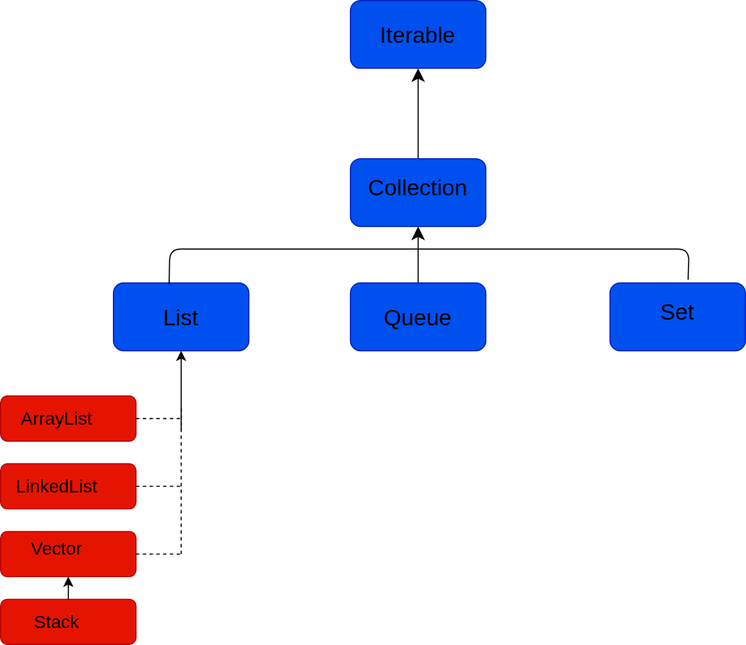
Before: Api-colecciones/Collection.drawio.svg, a diagram exported from draw.io (Nordcode-cyber/Algoritmos-Estructdatos). Source tidied: cells renumbered, new cells last; positions are measured from the earlier drawing's top-left corner, leaving out a move shared by most shapes.
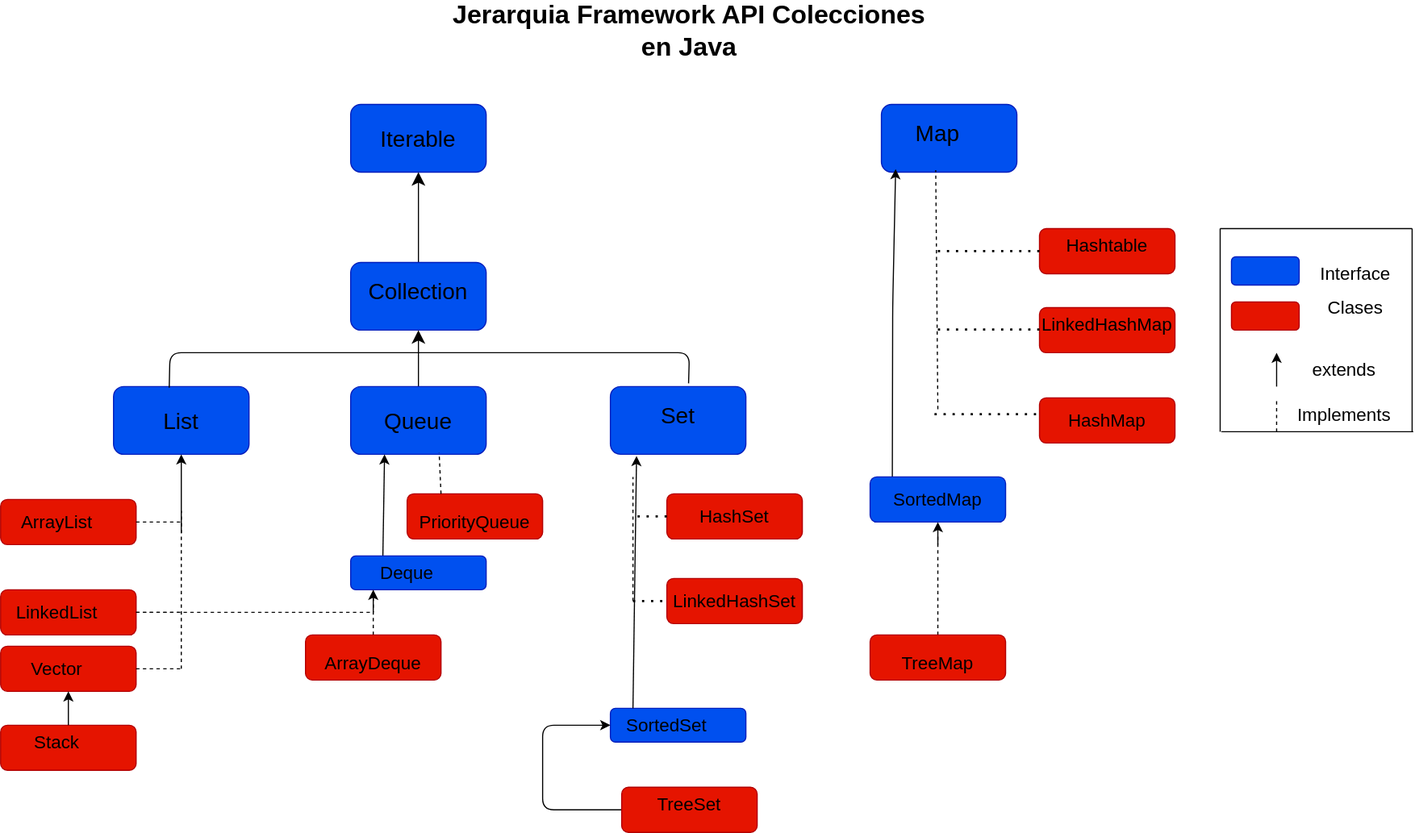
Later version of the same file.

Commit message:
API Collection Framework Java

Change to the diagram source:
```diff
@@ -2,6 +2,9 @@
   <root>
     <mxCell id="0" />
     <mxCell id="1" parent="0" />
+    <mxCell id="29" style="endArrow=none;dashed=1;html=1;entryX=0;entryY=1;entryDx=0;entryDy=0;exitX=0.5;exitY=0;exitDx=0;exitDy=0;" parent="1" edge="1" source="35" target="34">
+      <mxGeometry relative="1" as="geometry" />
+    </mxCell>
     <mxCell id="2" style="rounded=1;whiteSpace=wrap;html=1;fillColor=#0050ef;fontColor=#ffffff;strokeColor=#001DBC;" parent="1" vertex="1">
       <mxGeometry x="310" width="120" height="60" as="geometry" />
     </mxCell>
@@ -47,28 +50,25 @@
       <mxGeometry x="570" y="260" width="60" height="30" as="geometry" />
     </mxCell>
     <mxCell id="15" style="rounded=1;whiteSpace=wrap;html=1;fillColor=light-dark(#E51400,#FF9933);fontColor=#ffffff;strokeColor=light-dark(#B20000,#3399FF);" parent="1" vertex="1">
-      <mxGeometry y="410" width="120" height="40" as="geometry" />
+      <mxGeometry y="430" width="120" height="40" as="geometry" />
     </mxCell>
     <mxCell id="16" style="rounded=1;whiteSpace=wrap;html=1;fillColor=light-dark(#E51400,#FF9933);fontColor=#ffffff;strokeColor=light-dark(#B20000,#3399FF);" parent="1" vertex="1">
-      <mxGeometry y="470" width="120" height="40" as="geometry" />
+      <mxGeometry y="480" width="120" height="40" as="geometry" />
     </mxCell>
     <mxCell id="17" style="rounded=1;whiteSpace=wrap;html=1;fillColor=light-dark(#E51400,#FF9933);fontColor=#ffffff;strokeColor=light-dark(#B20000,#3399FF);" parent="1" vertex="1">
       <mxGeometry y="350" width="120" height="40" as="geometry" />
     </mxCell>
     <mxCell id="18" style="rounded=1;whiteSpace=wrap;html=1;fillColor=light-dark(#E51400,#FF9933);fontColor=#ffffff;strokeColor=light-dark(#B20000,#3399FF);" parent="1" vertex="1">
-      <mxGeometry y="530" width="120" height="40" as="geometry" />
+      <mxGeometry y="550" width="120" height="40" as="geometry" />
     </mxCell>
     <mxCell id="19" value="&lt;font style=&quot;color: light-dark(rgb(0, 0, 0), rgb(51, 51, 51)); font-size: 16px;&quot;&gt;ArrayList&lt;/font&gt;" style="text;html=1;align=center;verticalAlign=middle;whiteSpace=wrap;rounded=0;" parent="1" vertex="1">
       <mxGeometry x="20" y="355" width="60" height="30" as="geometry" />
     </mxCell>
-    <mxCell id="20" value="&lt;font style=&quot;color: light-dark(rgb(0, 0, 0), rgb(26, 26, 26)); font-size: 16px;&quot;&gt;LinkedList&lt;/font&gt;" style="text;html=1;align=center;verticalAlign=middle;whiteSpace=wrap;rounded=0;" parent="1" vertex="1">
-      <mxGeometry x="20" y="415" width="60" height="30" as="geometry" />
-    </mxCell>
     <mxCell id="21" value="&lt;font style=&quot;color: light-dark(rgb(0, 0, 0), rgb(26, 26, 26)); font-size: 16px;&quot;&gt;Vector&lt;/font&gt;" style="text;html=1;align=center;verticalAlign=middle;whiteSpace=wrap;rounded=0;" parent="1" vertex="1">
-      <mxGeometry x="20" y="470" width="60" height="30" as="geometry" />
+      <mxGeometry x="20" y="485" width="60" height="30" as="geometry" />
     </mxCell>
     <mxCell id="22" value="&lt;font style=&quot;color: light-dark(rgb(0, 0, 0), rgb(26, 26, 26)); font-size: 16px;&quot;&gt;Stack&lt;/font&gt;" style="text;html=1;align=center;verticalAlign=middle;whiteSpace=wrap;rounded=0;" parent="1" vertex="1">
-      <mxGeometry x="20" y="535" width="60" height="30" as="geometry" />
+      <mxGeometry x="20" y="550" width="60" height="30" as="geometry" />
     </mxCell>
     <mxCell id="23" style="endArrow=classic;html=1;exitX=0.5;exitY=0;exitDx=0;exitDy=0;entryX=0.5;entryY=1;entryDx=0;entryDy=0;" parent="1" edge="1" source="18" target="16">
       <mxGeometry relative="1" as="geometry" />
@@ -80,17 +80,17 @@
     </mxCell>
     <mxCell id="25" style="endArrow=none;dashed=1;html=1;exitX=1;exitY=0.5;exitDx=0;exitDy=0;" parent="1" edge="1" source="15">
       <mxGeometry relative="1" as="geometry">
-        <mxPoint x="160" y="430" as="targetPoint" />
+        <mxPoint x="160" y="450" as="targetPoint" />
       </mxGeometry>
     </mxCell>
     <mxCell id="26" style="endArrow=none;dashed=1;html=1;exitX=1;exitY=0.5;exitDx=0;exitDy=0;" parent="1" edge="1" source="16">
       <mxGeometry relative="1" as="geometry">
-        <mxPoint x="160" y="490" as="targetPoint" />
+        <mxPoint x="160" y="500" as="targetPoint" />
       </mxGeometry>
     </mxCell>
     <mxCell id="27" style="endArrow=none;dashed=1;html=1;" parent="1" edge="1">
       <mxGeometry relative="1" as="geometry">
-        <mxPoint x="160" y="490" as="sourcePoint" />
+        <mxPoint x="160" y="500" as="sourcePoint" />
         <mxPoint x="160" y="360" as="targetPoint" />
       </mxGeometry>
     </mxCell>
@@ -99,5 +99,229 @@
         <mxPoint x="160" y="370" as="targetPoint" />
       </mxGeometry>
     </mxCell>
+    <mxCell id="30" style="rounded=1;whiteSpace=wrap;html=1;fillColor=light-dark(#E51400,#FF9933);fontColor=#ffffff;strokeColor=light-dark(#B20000,#3399FF);" parent="1" vertex="1">
+      <mxGeometry x="360" y="345" width="120" height="40" as="geometry" />
+    </mxCell>
+    <mxCell id="31" value="&lt;font style=&quot;color: light-dark(rgb(0, 0, 0), rgb(0, 0, 0)); font-size: 16px;&quot;&gt;PriorityQueue&lt;/font&gt;" style="text;html=1;align=center;verticalAlign=middle;whiteSpace=wrap;rounded=0;" parent="1" vertex="1">
+      <mxGeometry x="390" y="355" width="60" height="30" as="geometry" />
+    </mxCell>
+    <mxCell id="32" style="edgeStyle=none;html=1;entryX=0.25;entryY=1;entryDx=0;entryDy=0;exitX=0.142;exitY=-0.008;exitDx=0;exitDy=0;exitPerimeter=0;" parent="1" edge="1" source="34" target="9">
+      <mxGeometry relative="1" as="geometry" />
+    </mxCell>
+    <mxCell id="33" style="rounded=1;whiteSpace=wrap;html=1;fillColor=#0050ef;fontColor=#ffffff;strokeColor=#001DBC;" parent="1" vertex="1">
+      <mxGeometry x="310" y="400" width="120" height="30" as="geometry" />
+    </mxCell>
+    <mxCell id="34" value="&lt;font style=&quot;color: light-dark(rgb(0, 0, 0), rgb(0, 0, 0)); font-size: 16px;&quot;&gt;Deque&lt;/font&gt;" style="text;html=1;align=center;verticalAlign=middle;whiteSpace=wrap;rounded=0;" parent="1" vertex="1">
+      <mxGeometry x="330" y="400" width="60" height="30" as="geometry" />
+    </mxCell>
+    <mxCell id="35" style="rounded=1;whiteSpace=wrap;html=1;fillColor=light-dark(#E51400,#FF9933);fontColor=#ffffff;strokeColor=light-dark(#B20000,#3399FF);" parent="1" vertex="1">
+      <mxGeometry x="270" y="470" width="120" height="40" as="geometry" />
+    </mxCell>
+    <mxCell id="36" value="&lt;font style=&quot;color: light-dark(rgb(0, 0, 0), rgb(0, 0, 0)); font-size: 16px;&quot;&gt;ArrayDeque&lt;/font&gt;" style="text;html=1;align=center;verticalAlign=middle;whiteSpace=wrap;rounded=0;" parent="1" vertex="1">
+      <mxGeometry x="300" y="480" width="60" height="30" as="geometry" />
+    </mxCell>
+    <mxCell id="20" value="&lt;font style=&quot;color: light-dark(rgb(0, 0, 0), rgb(26, 26, 26)); font-size: 16px;&quot;&gt;LinkedList&lt;/font&gt;" style="text;html=1;align=center;verticalAlign=middle;whiteSpace=wrap;rounded=0;" parent="1" vertex="1">
+      <mxGeometry x="20" y="435" width="60" height="30" as="geometry" />
+    </mxCell>
+    <mxCell id="37" style="rounded=1;whiteSpace=wrap;html=1;fillColor=light-dark(#E51400,#FF9933);fontColor=#ffffff;strokeColor=light-dark(#B20000,#3399FF);" parent="1" vertex="1">
+      <mxGeometry x="590" y="345" width="120" height="40" as="geometry" />
+    </mxCell>
+    <mxCell id="38" style="rounded=1;whiteSpace=wrap;html=1;fillColor=light-dark(#E51400,#FF9933);fontColor=#ffffff;strokeColor=light-dark(#B20000,#3399FF);" parent="1" vertex="1">
+      <mxGeometry x="590" y="420" width="120" height="40" as="geometry" />
+    </mxCell>
+    <mxCell id="39" value="&lt;font style=&quot;color: light-dark(rgb(0, 0, 0), rgb(26, 26, 26)); font-size: 16px;&quot;&gt;HashSet&lt;/font&gt;" style="text;html=1;align=center;verticalAlign=middle;whiteSpace=wrap;rounded=0;" parent="1" vertex="1">
+      <mxGeometry x="620" y="350" width="60" height="30" as="geometry" />
+    </mxCell>
+    <mxCell id="40" value="&lt;font style=&quot;color: light-dark(rgb(0, 0, 0), rgb(26, 26, 26)); font-size: 16px;&quot;&gt;LinkedHashSet&lt;/font&gt;" style="text;html=1;align=center;verticalAlign=middle;whiteSpace=wrap;rounded=0;" parent="1" vertex="1">
+      <mxGeometry x="620" y="425" width="60" height="30" as="geometry" />
+    </mxCell>
+    <mxCell id="41" style="endArrow=none;dashed=1;html=1;dashPattern=1 3;strokeWidth=2;exitX=0;exitY=0.5;exitDx=0;exitDy=0;" parent="1" edge="1" source="37">
+      <mxGeometry relative="1" as="geometry">
+        <mxPoint x="560" y="365" as="targetPoint" />
+        <Array as="points">
+          <mxPoint x="560" y="365" />
+        </Array>
+      </mxGeometry>
+    </mxCell>
+    <mxCell id="42" style="rounded=1;whiteSpace=wrap;html=1;fillColor=#0050ef;fontColor=#ffffff;strokeColor=#001DBC;" parent="1" vertex="1">
+      <mxGeometry x="540" y="535" width="120" height="30" as="geometry" />
+    </mxCell>
+    <mxCell id="43" value="&lt;font style=&quot;color: light-dark(rgb(0, 0, 0), rgb(26, 26, 26)); font-size: 16px;&quot;&gt;SortedSet&lt;/font&gt;" style="text;html=1;align=center;verticalAlign=middle;whiteSpace=wrap;rounded=0;" parent="1" vertex="1">
+      <mxGeometry x="560" y="535" width="60" height="30" as="geometry" />
+    </mxCell>
+    <mxCell id="44" style="endArrow=none;dashed=1;html=1;dashPattern=1 3;strokeWidth=2;entryX=0;entryY=0.5;entryDx=0;entryDy=0;" parent="1" edge="1" target="38">
+      <mxGeometry relative="1" as="geometry">
+        <mxPoint x="560" y="440" as="sourcePoint" />
+      </mxGeometry>
+    </mxCell>
+    <mxCell id="45" style="endArrow=classic;html=1;entryX=0.193;entryY=1.024;entryDx=0;entryDy=0;entryPerimeter=0;exitX=0;exitY=0;exitDx=0;exitDy=0;" parent="1" edge="1" source="43" target="10">
+      <mxGeometry relative="1" as="geometry" />
+    </mxCell>
+    <mxCell id="46" style="edgeStyle=none;html=1;entryX=0;entryY=0.5;entryDx=0;entryDy=0;" parent="1" edge="1" source="47" target="42">
+      <mxGeometry relative="1" as="geometry">
+        <Array as="points">
+          <mxPoint x="480" y="625" />
+          <mxPoint x="480" y="550" />
+        </Array>
+      </mxGeometry>
+    </mxCell>
+    <mxCell id="47" style="rounded=1;whiteSpace=wrap;html=1;fillColor=light-dark(#E51400,#FF9933);fontColor=#ffffff;strokeColor=light-dark(#B20000,#3399FF);" parent="1" vertex="1">
+      <mxGeometry x="550" y="605" width="120" height="40" as="geometry" />
+    </mxCell>
+    <mxCell id="48" value="&lt;font style=&quot;color: light-dark(rgb(0, 0, 0), rgb(26, 26, 26)); font-size: 16px;&quot;&gt;TreeSet&lt;/font&gt;" style="text;html=1;align=center;verticalAlign=middle;whiteSpace=wrap;rounded=0;" parent="1" vertex="1">
+      <mxGeometry x="580" y="605" width="60" height="30" as="geometry" />
+    </mxCell>
+    <mxCell id="49" style="rounded=1;whiteSpace=wrap;html=1;fillColor=#0050ef;fontColor=#ffffff;strokeColor=#001DBC;" parent="1" vertex="1">
+      <mxGeometry x="780" width="120" height="60" as="geometry" />
+    </mxCell>
+    <mxCell id="50" value="&lt;font style=&quot;font-size: 20px; color: light-dark(rgb(0, 0, 0), rgb(0, 0, 0));&quot;&gt;Map&lt;/font&gt;" style="text;html=1;align=center;verticalAlign=middle;whiteSpace=wrap;rounded=0;" parent="1" vertex="1">
+      <mxGeometry x="800" y="10" width="60" height="30" as="geometry" />
+    </mxCell>
+    <mxCell id="51" style="rounded=1;whiteSpace=wrap;html=1;fillColor=light-dark(#E51400,#FF9933);fontColor=#ffffff;strokeColor=light-dark(#B20000,#3399FF);" parent="1" vertex="1">
+      <mxGeometry x="920" y="110" width="120" height="40" as="geometry" />
+    </mxCell>
+    <mxCell id="52" style="rounded=1;whiteSpace=wrap;html=1;fillColor=light-dark(#E51400,#FF9933);fontColor=#ffffff;strokeColor=light-dark(#B20000,#3399FF);" parent="1" vertex="1">
+      <mxGeometry x="920" y="180" width="120" height="40" as="geometry" />
+    </mxCell>
+    <mxCell id="53" style="rounded=1;whiteSpace=wrap;html=1;fillColor=light-dark(#E51400,#FF9933);fontColor=#ffffff;strokeColor=light-dark(#B20000,#3399FF);" parent="1" vertex="1">
+      <mxGeometry x="920" y="260" width="120" height="40" as="geometry" />
+    </mxCell>
+    <mxCell id="54" style="endArrow=classic;html=1;entryX=0.105;entryY=0.955;entryDx=0;entryDy=0;entryPerimeter=0;exitX=0.164;exitY=0.023;exitDx=0;exitDy=0;exitPerimeter=0;" parent="1" edge="1" source="58" target="49">
+      <mxGeometry relative="1" as="geometry">
+        <Array as="points">
+          <mxPoint x="790" y="180" />
+        </Array>
+      </mxGeometry>
+    </mxCell>
+    <mxCell id="55" style="endArrow=none;dashed=1;html=1;dashPattern=1 3;strokeWidth=2;entryX=0;entryY=0.5;entryDx=0;entryDy=0;" parent="1" edge="1" target="51">
+      <mxGeometry relative="1" as="geometry">
+        <mxPoint x="830" y="130" as="sourcePoint" />
+      </mxGeometry>
+    </mxCell>
+    <mxCell id="56" style="endArrow=none;dashed=1;html=1;dashPattern=1 3;strokeWidth=2;entryX=0;entryY=0.5;entryDx=0;entryDy=0;" parent="1" edge="1">
+      <mxGeometry relative="1" as="geometry">
+        <mxPoint x="830" y="199.5" as="sourcePoint" />
+        <mxPoint x="920" y="199.5" as="targetPoint" />
+      </mxGeometry>
+    </mxCell>
+    <mxCell id="57" style="endArrow=none;dashed=1;html=1;dashPattern=1 3;strokeWidth=2;entryX=0;entryY=0.5;entryDx=0;entryDy=0;" parent="1" edge="1">
+      <mxGeometry relative="1" as="geometry">
+        <mxPoint x="827" y="274.5" as="sourcePoint" />
+        <mxPoint x="917" y="274.5" as="targetPoint" />
+      </mxGeometry>
+    </mxCell>
+    <mxCell id="58" style="rounded=1;whiteSpace=wrap;html=1;fillColor=#0050ef;fontColor=#ffffff;strokeColor=#001DBC;" parent="1" vertex="1">
+      <mxGeometry x="770" y="330" width="120" height="40" as="geometry" />
+    </mxCell>
+    <mxCell id="59" value="&lt;font style=&quot;color: light-dark(rgb(0, 0, 0), rgb(26, 26, 26)); font-size: 16px;&quot;&gt;SortedMap&lt;/font&gt;" style="text;html=1;align=center;verticalAlign=middle;whiteSpace=wrap;rounded=0;" parent="1" vertex="1">
+      <mxGeometry x="800" y="335" width="60" height="30" as="geometry" />
+    </mxCell>
+    <mxCell id="60" value="&lt;font style=&quot;color: light-dark(rgb(0, 0, 0), rgb(26, 26, 26)); font-size: 16px;&quot;&gt;Hashtable&lt;/font&gt;" style="text;html=1;align=center;verticalAlign=middle;whiteSpace=wrap;rounded=0;" parent="1" vertex="1">
+      <mxGeometry x="950" y="110" width="60" height="30" as="geometry" />
+    </mxCell>
+    <mxCell id="61" value="&lt;span style=&quot;font-size: 16px;&quot;&gt;&lt;font style=&quot;color: light-dark(rgb(0, 0, 0), rgb(0, 0, 0));&quot;&gt;LinkedHashMap&lt;/font&gt;&lt;/span&gt;" style="text;html=1;align=center;verticalAlign=middle;whiteSpace=wrap;rounded=0;" parent="1" vertex="1">
+      <mxGeometry x="950" y="180" width="60" height="30" as="geometry" />
+    </mxCell>
+    <mxCell id="62" value="&lt;font style=&quot;color: light-dark(rgb(0, 0, 0), rgb(26, 26, 26)); font-size: 16px;&quot;&gt;HashMap&lt;/font&gt;" style="text;html=1;align=center;verticalAlign=middle;whiteSpace=wrap;rounded=0;" parent="1" vertex="1">
+      <mxGeometry x="950" y="265" width="60" height="30" as="geometry" />
+    </mxCell>
+    <mxCell id="63" value="&lt;font style=&quot;font-size: 23px; color: light-dark(rgb(0, 0, 0), rgb(51, 153, 255));&quot;&gt;&lt;b&gt;Jerarquia Framework API Colecciones en Java&lt;/b&gt;&lt;/font&gt;" style="text;html=1;align=center;verticalAlign=middle;whiteSpace=wrap;rounded=0;" parent="1" vertex="1">
+      <mxGeometry x="390" y="-80" width="440" height="30" as="geometry" />
+    </mxCell>
+    <mxCell id="64" style="endArrow=none;dashed=1;html=1;entryX=0.653;entryY=0.981;entryDx=0;entryDy=0;entryPerimeter=0;exitX=0.25;exitY=0;exitDx=0;exitDy=0;" parent="1" edge="1" source="30" target="9">
+      <mxGeometry relative="1" as="geometry" />
+    </mxCell>
+    <mxCell id="65" style="endArrow=none;dashed=1;html=1;" parent="1" edge="1">
+      <mxGeometry relative="1" as="geometry">
+        <mxPoint x="560" y="440" as="sourcePoint" />
+        <mxPoint x="560" y="330" as="targetPoint" />
+      </mxGeometry>
+    </mxCell>
+    <mxCell id="66" style="endArrow=none;dashed=1;html=1;entryX=0.401;entryY=0.971;entryDx=0;entryDy=0;entryPerimeter=0;" parent="1" edge="1" target="49">
+      <mxGeometry relative="1" as="geometry">
+        <mxPoint x="830" y="270" as="sourcePoint" />
+      </mxGeometry>
+    </mxCell>
+    <mxCell id="67" style="endArrow=none;dashed=1;html=1;exitX=1;exitY=0.5;exitDx=0;exitDy=0;" parent="1" edge="1" source="15">
+      <mxGeometry relative="1" as="geometry">
+        <mxPoint x="330" y="450" as="targetPoint" />
+      </mxGeometry>
+    </mxCell>
+    <mxCell id="68" style="endArrow=classic;html=1;entryX=0;entryY=1;entryDx=0;entryDy=0;" parent="1" edge="1" target="34">
+      <mxGeometry relative="1" as="geometry">
+        <mxPoint x="330" y="450" as="sourcePoint" />
+      </mxGeometry>
+    </mxCell>
+    <mxCell id="69" style="endArrow=classic;html=1;entryX=0.5;entryY=1;entryDx=0;entryDy=0;" parent="1" edge="1" target="58">
+      <mxGeometry relative="1" as="geometry">
+        <mxPoint x="830" y="390" as="sourcePoint" />
+      </mxGeometry>
+    </mxCell>
+    <mxCell id="70" style="endArrow=none;dashed=1;html=1;" parent="1" edge="1">
+      <mxGeometry relative="1" as="geometry">
+        <mxPoint x="830" y="470" as="sourcePoint" />
+        <mxPoint x="830" y="380" as="targetPoint" />
+      </mxGeometry>
+    </mxCell>
+    <mxCell id="71" style="rounded=1;whiteSpace=wrap;html=1;fillColor=light-dark(#E51400,#FF9933);fontColor=#ffffff;strokeColor=light-dark(#B20000,#3399FF);" parent="1" vertex="1">
+      <mxGeometry x="770" y="470" width="120" height="40" as="geometry" />
+    </mxCell>
+    <mxCell id="72" value="&lt;font style=&quot;color: light-dark(rgb(0, 0, 0), rgb(26, 26, 26)); font-size: 16px;&quot;&gt;TreeMap&lt;/font&gt;" style="text;html=1;align=center;verticalAlign=middle;whiteSpace=wrap;rounded=0;" parent="1" vertex="1">
+      <mxGeometry x="800" y="480" width="60" height="30" as="geometry" />
+    </mxCell>
+    <mxCell id="73" style="rounded=1;whiteSpace=wrap;html=1;fillColor=#0050ef;fontColor=#ffffff;strokeColor=#001DBC;" parent="1" vertex="1">
+      <mxGeometry x="1090" y="135" width="60" height="25" as="geometry" />
+    </mxCell>
+    <mxCell id="74" style="rounded=1;whiteSpace=wrap;html=1;fillColor=light-dark(#E51400,#FF9933);fontColor=#ffffff;strokeColor=light-dark(#B20000,#3399FF);" parent="1" vertex="1">
+      <mxGeometry x="1090" y="175" width="60" height="25" as="geometry" />
+    </mxCell>
+    <mxCell id="75" style="endArrow=none;html=1;" parent="1" edge="1">
+      <mxGeometry relative="1" as="geometry">
+        <mxPoint x="1080" y="110" as="sourcePoint" />
+        <mxPoint x="1250" y="110" as="targetPoint" />
+      </mxGeometry>
+    </mxCell>
+    <mxCell id="76" style="endArrow=none;html=1;" parent="1" edge="1">
+      <mxGeometry relative="1" as="geometry">
+        <mxPoint x="1081" y="290" as="sourcePoint" />
+        <mxPoint x="1251" y="290" as="targetPoint" />
+      </mxGeometry>
+    </mxCell>
+    <mxCell id="77" style="endArrow=none;html=1;" parent="1" edge="1">
+      <mxGeometry relative="1" as="geometry">
+        <mxPoint x="1250" y="110" as="sourcePoint" />
+        <mxPoint x="1250" y="290" as="targetPoint" />
+      </mxGeometry>
+    </mxCell>
+    <mxCell id="78" style="endArrow=none;html=1;" parent="1" edge="1">
+      <mxGeometry relative="1" as="geometry">
+        <mxPoint x="1080" y="110" as="sourcePoint" />
+        <mxPoint x="1080" y="290" as="targetPoint" />
+      </mxGeometry>
+    </mxCell>
+    <mxCell id="79" value="&lt;font style=&quot;color: light-dark(rgb(0, 0, 0), rgb(250, 253, 255)); font-size: 16px;&quot;&gt;Interface&lt;/font&gt;" style="text;html=1;align=center;verticalAlign=middle;whiteSpace=wrap;rounded=0;" parent="1" vertex="1">
+      <mxGeometry x="1170" y="135" width="60" height="30" as="geometry" />
+    </mxCell>
+    <mxCell id="80" value="&lt;font style=&quot;color: light-dark(rgb(0, 0, 0), rgb(250, 253, 255)); font-size: 16px;&quot;&gt;Clases&lt;/font&gt;" style="text;html=1;align=center;verticalAlign=middle;whiteSpace=wrap;rounded=0;" parent="1" vertex="1">
+      <mxGeometry x="1170" y="165" width="60" height="30" as="geometry" />
+    </mxCell>
+    <mxCell id="81" style="endArrow=classic;html=1;" parent="1" edge="1">
+      <mxGeometry relative="1" as="geometry">
+        <mxPoint x="1130" y="250" as="sourcePoint" />
+        <mxPoint x="1130" y="220" as="targetPoint" />
+      </mxGeometry>
+    </mxCell>
+    <mxCell id="82" style="endArrow=none;dashed=1;html=1;" parent="1" edge="1">
+      <mxGeometry relative="1" as="geometry">
+        <mxPoint x="1130" y="290" as="sourcePoint" />
+        <mxPoint x="1130" y="260" as="targetPoint" />
+      </mxGeometry>
+    </mxCell>
+    <mxCell id="83" value="&lt;font style=&quot;color: light-dark(rgb(0, 0, 0), rgb(250, 253, 255)); font-size: 16px;&quot;&gt;extends&lt;/font&gt;" style="text;html=1;align=center;verticalAlign=middle;whiteSpace=wrap;rounded=0;" parent="1" vertex="1">
+      <mxGeometry x="1160" y="220" width="60" height="30" as="geometry" />
+    </mxCell>
+    <mxCell id="84" value="&lt;font style=&quot;color: light-dark(rgb(0, 0, 0), rgb(250, 253, 255)); font-size: 16px;&quot;&gt;Implements&lt;/font&gt;" style="text;html=1;align=center;verticalAlign=middle;whiteSpace=wrap;rounded=0;" parent="1" vertex="1">
+      <mxGeometry x="1160" y="260" width="60" height="30" as="geometry" />
+    </mxCell>
   </root>
 </mxGraphModel>
```
